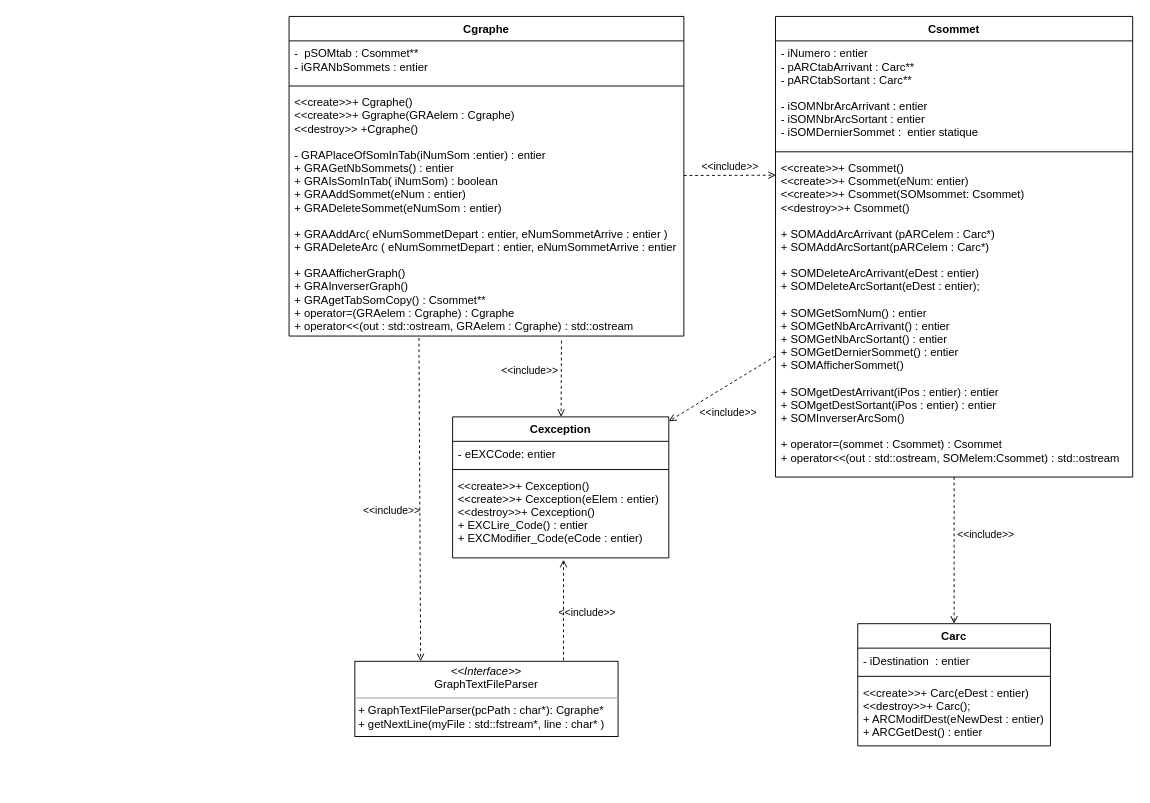
Above: ClassDiagram.drawio in Banalian/ProjetTutCppGraphs (draw.io), before the change. Source tidied: cells renumbered, new cells numbered last; positions are measured from the earlier drawing's top-left corner, leaving out a move shared by most shapes. Both pictures are drawn from the tidied source at 94%, with x=0, y=0 at pixel (289, 16).
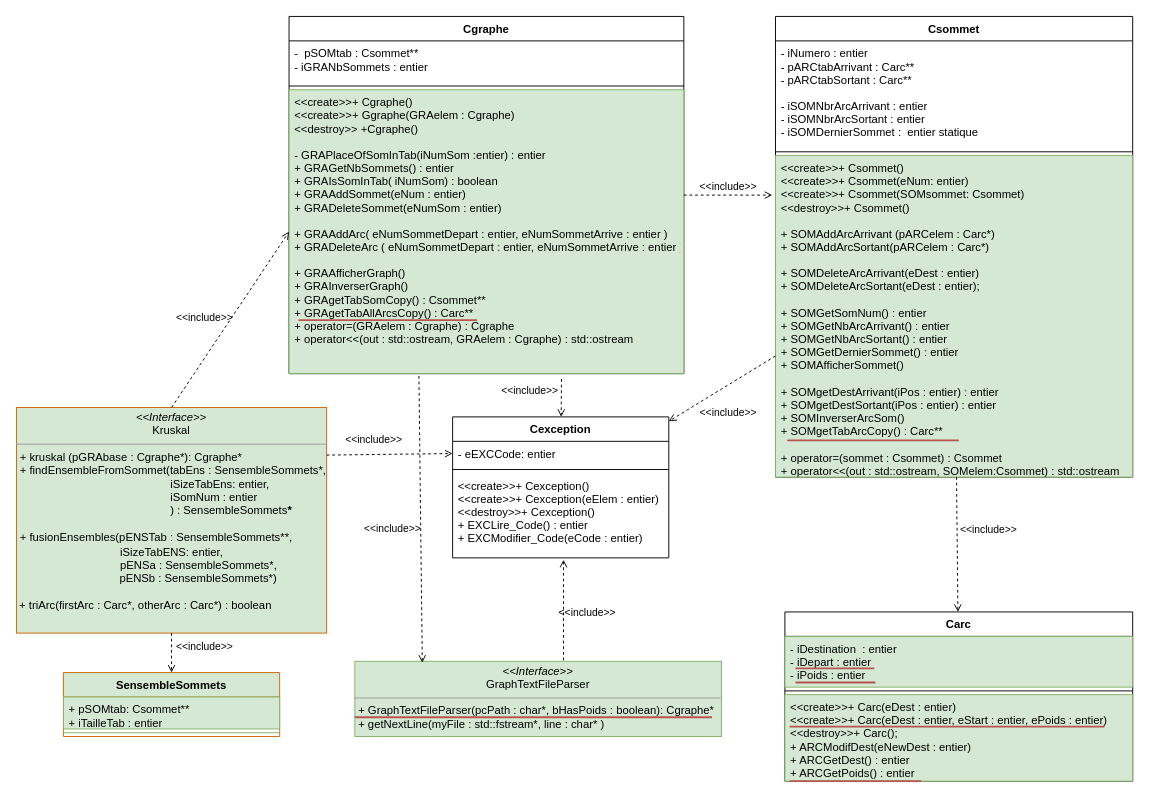
Above is the later version.

Unchanged cells that the change refers to:
```xml
<mxCell id="6" value="Csommet" style="swimlane;fontStyle=1;align=center;verticalAlign=top;horizontal=1;startSize=26;" parent="1" vertex="1">
  <mxGeometry x="517.5" width="380" height="490" as="geometry" />
</mxCell>
<mxCell id="15" value="- eEXCCode: entier" style="text;strokeColor=none;fillColor=none;align=left;verticalAlign=top;spacingLeft=4;spacingRight=4;overflow=hidden;points=[[0,0.5],[1,0.5]];portConstraint=eastwest;" parent="14" vertex="1">
  <mxGeometry y="26" width="230" height="26" as="geometry" />
</mxCell>
```

The edit, as a diff of the source:
```diff
@@
     <mxCell id="2" value="Cgraphe" style="swimlane;fontStyle=1;align=center;verticalAlign=top;horizontal=1;startSize=26;" parent="1" vertex="1">
-      <mxGeometry width="420" height="340" as="geometry" />
+      <mxGeometry width="420" height="380" as="geometry" />
     </mxCell>
@@
-    <mxCell id="5" value="&lt;&lt;create&gt;&gt;+ Cgraphe()&#10;&lt;&lt;create&gt;&gt;+ Ggraphe(GRAelem : Cgraphe)&#10;&lt;&lt;destroy&gt;&gt; +Cgraphe()&#10;&#10;- GRAPlaceOfSomInTab(iNumSom :entier) : entier&#10;+ GRAGetNbSommets() : entier&#10;+ GRAIsSomInTab( iNumSom) : boolean&#10;+ GRAAddSommet(eNum : entier)&#10;+ GRADeleteSommet(eNumSom : entier)&#10;&#10;+ GRAAddArc( eNumSommetDepart : entier, eNumSommetArrive : entier )&#10;+ GRADeleteArc ( eNumSommetDepart : entier, eNumSommetArrive : entier )&#10;&#10;+ GRAAfficherGraph()&#10;+ GRAInverserGraph()&#10;+ GRAgetTabSomCopy() : Csommet**&#10;+ operator=(GRAelem : Cgraphe) : Cgraphe&#10;+ operator&lt;&lt;(out : std::ostream, GRAelem : Cgraphe) : std::ostream" style="text;strokeColor=none;fillColor=none;align=left;verticalAlign=top;spacingLeft=4;spacingRight=4;overflow=hidden;points=[[0,0.5],[1,0.5]];portConstraint=eastwest;" parent="2" vertex="1">
-      <mxGeometry y="78" width="420" height="262" as="geometry" />
+    <mxCell id="5" value="&lt;&lt;create&gt;&gt;+ Cgraphe()&#10;&lt;&lt;create&gt;&gt;+ Ggraphe(GRAelem : Cgraphe)&#10;&lt;&lt;destroy&gt;&gt; +Cgraphe()&#10;&#10;- GRAPlaceOfSomInTab(iNumSom :entier) : entier&#10;+ GRAGetNbSommets() : entier&#10;+ GRAIsSomInTab( iNumSom) : boolean&#10;+ GRAAddSommet(eNum : entier)&#10;+ GRADeleteSommet(eNumSom : entier)&#10;&#10;+ GRAAddArc( eNumSommetDepart : entier, eNumSommetArrive : entier )&#10;+ GRADeleteArc ( eNumSommetDepart : entier, eNumSommetArrive : entier )&#10;&#10;+ GRAAfficherGraph()&#10;+ GRAInverserGraph()&#10;+ GRAgetTabSomCopy() : Csommet**&#10;+ GRAgetTabAllArcsCopy() : Carc**&#10;+ operator=(GRAelem : Cgraphe) : Cgraphe&#10;+ operator&lt;&lt;(out : std::ostream, GRAelem : Cgraphe) : std::ostream" style="text;strokeColor=#82b366;fillColor=#d5e8d4;align=left;verticalAlign=top;spacingLeft=4;spacingRight=4;overflow=hidden;points=[[0,0.5],[1,0.5]];portConstraint=eastwest;" parent="2" vertex="1">
+      <mxGeometry y="78" width="420" height="302" as="geometry" />
     </mxCell>
@@
-    <mxCell id="9" value="&lt;&lt;create&gt;&gt;+ Csommet()&#10;&lt;&lt;create&gt;&gt;+ Csommet(eNum: entier)&#10;&lt;&lt;create&gt;&gt;+ Csommet(SOMsommet: Csommet)&#10;&lt;&lt;destroy&gt;&gt;+ Csommet()&#10;&#10;+ SOMAddArcArrivant (pARCelem : Carc*)&#10;+ SOMAddArcSortant(pARCelem : Carc*)&#10;&#10;+ SOMDeleteArcArrivant(eDest : entier)&#10;+ SOMDeleteArcSortant(eDest : entier);&#10;&#10;+ SOMGetSomNum() : entier&#10;+ SOMGetNbArcArrivant() : entier&#10;+ SOMGetNbArcSortant() : entier&#10;+ SOMGetDernierSommet() : entier&#10;+ SOMAfficherSommet()&#10;&#10;+ SOMgetDestArrivant(iPos : entier) : entier&#10;+ SOMgetDestSortant(iPos : entier) : entier&#10;+ SOMInverserArcSom()&#10;&#10;+ operator=(sommet : Csommet) : Csommet&#10;+ operator&lt;&lt;(out : std::ostream, SOMelem:Csommet) : std::ostream" style="text;strokeColor=none;fillColor=none;align=left;verticalAlign=top;spacingLeft=4;spacingRight=4;overflow=hidden;points=[[0,0.5],[1,0.5]];portConstraint=eastwest;" parent="6" vertex="1">
+    <mxCell id="9" value="&lt;&lt;create&gt;&gt;+ Csommet()&#10;&lt;&lt;create&gt;&gt;+ Csommet(eNum: entier)&#10;&lt;&lt;create&gt;&gt;+ Csommet(SOMsommet: Csommet)&#10;&lt;&lt;destroy&gt;&gt;+ Csommet()&#10;&#10;+ SOMAddArcArrivant (pARCelem : Carc*)&#10;+ SOMAddArcSortant(pARCelem : Carc*)&#10;&#10;+ SOMDeleteArcArrivant(eDest : entier)&#10;+ SOMDeleteArcSortant(eDest : entier);&#10;&#10;+ SOMGetSomNum() : entier&#10;+ SOMGetNbArcArrivant() : entier&#10;+ SOMGetNbArcSortant() : entier&#10;+ SOMGetDernierSommet() : entier&#10;+ SOMAfficherSommet()&#10;&#10;+ SOMgetDestArrivant(iPos : entier) : entier&#10;+ SOMgetDestSortant(iPos : entier) : entier&#10;+ SOMInverserArcSom()&#10;+ SOMgetTabArcCopy() : Carc**&#10;&#10;+ operator=(sommet : Csommet) : Csommet&#10;+ operator&lt;&lt;(out : std::ostream, SOMelem:Csommet) : std::ostream" style="text;strokeColor=#82b366;fillColor=#d5e8d4;align=left;verticalAlign=top;spacingLeft=4;spacingRight=4;overflow=hidden;points=[[0,0.5],[1,0.5]];portConstraint=eastwest;" parent="6" vertex="1">
       <mxGeometry y="148" width="380" height="342" as="geometry" />
     </mxCell>
     <mxCell id="10" value="Carc" style="swimlane;fontStyle=1;align=center;verticalAlign=top;horizontal=1;startSize=26;" parent="1" vertex="1">
-      <mxGeometry x="605" y="646" width="205" height="130" as="geometry" />
+      <mxGeometry x="527.5" y="633.5" width="370" height="180" as="geometry" />
     </mxCell>
-    <mxCell id="11" value="- iDestination  : entier" style="text;strokeColor=none;fillColor=none;align=left;verticalAlign=top;spacingLeft=4;spacingRight=4;overflow=hidden;" parent="10" vertex="1">
-      <mxGeometry y="26" width="205" height="26" as="geometry" />
+    <mxCell id="11" value="- iDestination  : entier&#10;- iDepart : entier&#10;- iPoids : entier" style="text;strokeColor=#82b366;fillColor=#d5e8d4;align=left;verticalAlign=top;spacingLeft=4;spacingRight=4;overflow=hidden;" parent="10" vertex="1">
+      <mxGeometry y="26" width="370" height="54" as="geometry" />
     </mxCell>
     <mxCell id="12" style="line;strokeWidth=1;fillColor=none;align=left;verticalAlign=middle;spacingTop=-1;spacingLeft=3;spacingRight=3;labelPosition=right;" parent="10" vertex="1">
-      <mxGeometry y="52" width="205" height="8" as="geometry" />
+      <mxGeometry y="80" width="370" height="8" as="geometry" />
     </mxCell>
-    <mxCell id="13" value="&lt;&lt;create&gt;&gt;+ Carc(eDest : entier)&#10;&lt;&lt;destroy&gt;&gt;+ Carc();&#10;+ ARCModifDest(eNewDest : entier)&#10;+ ARCGetDest() : entier" style="text;strokeColor=none;fillColor=none;align=left;verticalAlign=top;spacingLeft=4;spacingRight=4;overflow=hidden;" parent="10" vertex="1">
-      <mxGeometry y="60" width="205" height="70" as="geometry" />
+    <mxCell id="13" value="&lt;&lt;create&gt;&gt;+ Carc(eDest : entier)&#10;&lt;&lt;create&gt;&gt;+ Carc(eDest : entier, eStart : entier, ePoids : entier)&#10;&lt;&lt;destroy&gt;&gt;+ Carc();&#10;+ ARCModifDest(eNewDest : entier)&#10;+ ARCGetDest() : entier&#10;+ ARCGetPoids() : entier" style="text;strokeColor=#82b366;fillColor=#d5e8d4;align=left;verticalAlign=top;spacingLeft=4;spacingRight=4;overflow=hidden;" parent="10" vertex="1">
+      <mxGeometry y="88" width="370" height="92" as="geometry" />
     </mxCell>
@@
-    <mxCell id="20" value="&amp;lt;&amp;lt;include&amp;gt;&amp;gt;" style="html=1;verticalAlign=bottom;labelBackgroundColor=none;endArrow=open;endFill=0;dashed=1;entryX=0.001;entryY=0.061;entryDx=0;entryDy=0;entryPerimeter=0;" parent="1" edge="1" source="2" target="9">
+    <mxCell id="20" value="&amp;lt;&amp;lt;include&amp;gt;&amp;gt;" style="html=1;verticalAlign=bottom;labelBackgroundColor=none;endArrow=open;endFill=0;dashed=1;entryX=-0.009;entryY=0.123;entryDx=0;entryDy=0;entryPerimeter=0;" parent="1" edge="1" source="2" target="9">
       <mxGeometry relative="1" as="geometry" />
     </mxCell>
@@
-    <mxCell id="22" value="&lt;p style=&quot;margin: 0px ; margin-top: 4px ; text-align: center&quot;&gt;&lt;i&gt;&amp;lt;&amp;lt;Interface&amp;gt;&amp;gt;&lt;/i&gt;&lt;br&gt;&lt;span style=&quot;text-align: left&quot;&gt;GraphTextFileParser&lt;/span&gt;&lt;br&gt;&lt;/p&gt;&lt;hr size=&quot;1&quot;&gt;&lt;p style=&quot;margin: 0px ; margin-left: 4px&quot;&gt;+ GraphTextFileParser(pcPath : char*): Cgraphe*&lt;br&gt;&lt;/p&gt;&lt;p style=&quot;margin: 0px ; margin-left: 4px&quot;&gt;+ getNextLine(myFile : std::fstream*, line : char* )&lt;/p&gt;" style="verticalAlign=top;align=left;overflow=fill;fontSize=12;fontFamily=Helvetica;html=1;" parent="1" vertex="1">
-      <mxGeometry x="70" y="686" width="280" height="80" as="geometry" />
+    <mxCell id="22" value="&lt;p style=&quot;margin: 0px ; margin-top: 4px ; text-align: center&quot;&gt;&lt;i&gt;&amp;lt;&amp;lt;Interface&amp;gt;&amp;gt;&lt;/i&gt;&lt;br&gt;&lt;span style=&quot;text-align: left&quot;&gt;GraphTextFileParser&lt;/span&gt;&lt;br&gt;&lt;/p&gt;&lt;hr size=&quot;1&quot;&gt;&lt;p style=&quot;margin: 0px ; margin-left: 4px&quot;&gt;+ GraphTextFileParser(pcPath : char*, bHasPoids : boolean): Cgraphe*&lt;br&gt;&lt;/p&gt;&lt;p style=&quot;margin: 0px ; margin-left: 4px&quot;&gt;+ getNextLine(myFile : std::fstream*, line : char* )&lt;/p&gt;" style="verticalAlign=top;align=left;overflow=fill;fontSize=12;fontFamily=Helvetica;html=1;fillColor=#d5e8d4;strokeColor=#82b366;" parent="1" vertex="1">
+      <mxGeometry x="70" y="686" width="390" height="80" as="geometry" />
     </mxCell>
-    <mxCell id="23" value="&amp;lt;&amp;lt;include&amp;gt;&amp;gt;" style="html=1;verticalAlign=bottom;labelBackgroundColor=none;endArrow=open;endFill=0;dashed=1;exitX=0.329;exitY=1.008;exitDx=0;exitDy=0;exitPerimeter=0;entryX=0.25;entryY=0;entryDx=0;entryDy=0;" parent="1" edge="1" source="5" target="22">
+    <mxCell id="23" value="&amp;lt;&amp;lt;include&amp;gt;&amp;gt;" style="html=1;verticalAlign=bottom;labelBackgroundColor=none;endArrow=open;endFill=0;dashed=1;exitX=0.329;exitY=1.008;exitDx=0;exitDy=0;exitPerimeter=0;entryX=0.184;entryY=0.019;entryDx=0;entryDy=0;entryPerimeter=0;" parent="1" edge="1" source="5" target="22">
       <mxGeometry x="0.12" y="-30" relative="1" as="geometry" />
     </mxCell>
@@
+    <mxCell id="25" value="&lt;p style=&quot;margin: 4px 0px 0px ; text-align: center&quot;&gt;&lt;i&gt;&amp;lt;&amp;lt;Interface&amp;gt;&amp;gt;&lt;/i&gt;&lt;br&gt;&lt;span style=&quot;text-align: left&quot;&gt;Kruskal&lt;/span&gt;&lt;br&gt;&lt;/p&gt;&lt;hr size=&quot;1&quot;&gt;&lt;p style=&quot;margin: 0px ; margin-left: 4px&quot;&gt;+ kruskal (pGRAbase : Cgraphe*): Cgraphe*&lt;br&gt;&lt;/p&gt;&lt;p style=&quot;margin: 0px ; margin-left: 4px&quot;&gt;+ findEnsembleFromSommet(tabEns : SensembleSommets*,&lt;/p&gt;&lt;p style=&quot;margin: 0px ; margin-left: 4px&quot;&gt;&amp;nbsp; &amp;nbsp; &amp;nbsp; &amp;nbsp; &amp;nbsp; &amp;nbsp; &amp;nbsp; &amp;nbsp; &amp;nbsp; &amp;nbsp; &amp;nbsp; &amp;nbsp; &amp;nbsp; &amp;nbsp; &amp;nbsp; &amp;nbsp; &amp;nbsp; &amp;nbsp; &amp;nbsp; &amp;nbsp; &amp;nbsp; &amp;nbsp; &amp;nbsp; &amp;nbsp; iSizeTabEns: entier,&amp;nbsp;&lt;/p&gt;&lt;p style=&quot;margin: 0px ; margin-left: 4px&quot;&gt;&amp;nbsp; &amp;nbsp; &amp;nbsp; &amp;nbsp; &amp;nbsp; &amp;nbsp; &amp;nbsp; &amp;nbsp; &amp;nbsp; &amp;nbsp; &amp;nbsp; &amp;nbsp; &amp;nbsp; &amp;nbsp; &amp;nbsp; &amp;nbsp; &amp;nbsp; &amp;nbsp; &amp;nbsp; &amp;nbsp; &amp;nbsp; &amp;nbsp; &amp;nbsp; &amp;nbsp; iSomNum : entier&amp;nbsp;&lt;/p&gt;&lt;p style=&quot;margin: 0px ; margin-left: 4px&quot;&gt;&amp;nbsp; &amp;nbsp; &amp;nbsp; &amp;nbsp; &amp;nbsp; &amp;nbsp; &amp;nbsp; &amp;nbsp; &amp;nbsp; &amp;nbsp; &amp;nbsp; &amp;nbsp; &amp;nbsp; &amp;nbsp; &amp;nbsp; &amp;nbsp; &amp;nbsp; &amp;nbsp; &amp;nbsp; &amp;nbsp; &amp;nbsp; &amp;nbsp; &amp;nbsp; &amp;nbsp; ) :&amp;nbsp;SensembleSommets&lt;b&gt;*&lt;/b&gt;&lt;/p&gt;&lt;p style=&quot;margin: 0px ; margin-left: 4px&quot;&gt;&lt;b&gt;&lt;br&gt;&lt;/b&gt;&lt;/p&gt;&lt;p style=&quot;margin: 0px ; margin-left: 4px&quot;&gt;+ fusionEnsembles(pENSTab : SensembleSommets**,&amp;nbsp;&lt;/p&gt;&lt;p style=&quot;margin: 0px ; margin-left: 4px&quot;&gt;&amp;nbsp; &amp;nbsp; &amp;nbsp; &amp;nbsp; &amp;nbsp; &amp;nbsp; &amp;nbsp; &amp;nbsp; &amp;nbsp; &amp;nbsp; &amp;nbsp; &amp;nbsp; &amp;nbsp; &amp;nbsp; &amp;nbsp; &amp;nbsp; iSizeTabENS: entier,&amp;nbsp;&lt;/p&gt;&lt;p style=&quot;margin: 0px ; margin-left: 4px&quot;&gt;&amp;nbsp; &amp;nbsp; &amp;nbsp; &amp;nbsp; &amp;nbsp; &amp;nbsp; &amp;nbsp; &amp;nbsp; &amp;nbsp; &amp;nbsp; &amp;nbsp; &amp;nbsp; &amp;nbsp; &amp;nbsp; &amp;nbsp; &amp;nbsp; pENSa : SensembleSommets*,&amp;nbsp;&lt;/p&gt;&amp;nbsp; &amp;nbsp; &amp;nbsp; &amp;nbsp; &amp;nbsp; &amp;nbsp; &amp;nbsp; &amp;nbsp; &amp;nbsp; &amp;nbsp; &amp;nbsp; &amp;nbsp; &amp;nbsp; &amp;nbsp; &amp;nbsp; &amp;nbsp; &amp;nbsp;pENSb : SensembleSommets*)&lt;br&gt;&lt;br&gt;&amp;nbsp;+ triArc(firstArc : Carc*, otherArc : Carc*) : boolean" style="verticalAlign=top;align=left;overflow=fill;fontSize=12;fontFamily=Helvetica;html=1;fillColor=#d5e8d4;strokeColor=#CC6600;" parent="1" vertex="1">
+      <mxGeometry x="-290" y="416" width="330" height="240" as="geometry" />
+    </mxCell>
+    <mxCell id="26" style="line;strokeWidth=2;html=1;fillColor=#f8cecc;strokeColor=#b85450;" parent="1" vertex="1">
+      <mxGeometry x="530" y="446" width="182.5" height="10" as="geometry" />
+    </mxCell>
+    <mxCell id="27" style="line;strokeWidth=2;html=1;fillColor=#f8cecc;strokeColor=#b85450;" parent="1" vertex="1">
+      <mxGeometry x="538.8" y="688.5" width="83.8" height="10" as="geometry" />
+    </mxCell>
+    <mxCell id="28" style="line;strokeWidth=2;html=1;fillColor=#f8cecc;strokeColor=#b85450;" parent="1" vertex="1">
+      <mxGeometry x="538.8" y="703.5" width="85" height="10" as="geometry" />
+    </mxCell>
+    <mxCell id="29" style="line;strokeWidth=2;html=1;fillColor=#f8cecc;strokeColor=#b85450;" parent="1" vertex="1">
+      <mxGeometry x="532.5" y="808.5" width="140" height="10" as="geometry" />
+    </mxCell>
+    <mxCell id="30" style="line;strokeWidth=2;html=1;fillColor=#f8cecc;strokeColor=#b85450;" parent="1" vertex="1">
+      <mxGeometry x="532.5" y="750.5" width="335" height="10" as="geometry" />
+    </mxCell>
+    <mxCell id="31" style="line;strokeWidth=2;html=1;fillColor=#f8cecc;strokeColor=#b85450;" parent="1" vertex="1">
+      <mxGeometry x="10" y="318" width="190" height="10" as="geometry" />
+    </mxCell>
+    <mxCell id="32" value="&amp;lt;&amp;lt;include&amp;gt;&amp;gt;" style="html=1;verticalAlign=bottom;labelBackgroundColor=none;endArrow=open;endFill=0;dashed=1;exitX=0.5;exitY=0;exitDx=0;exitDy=0;entryX=0;entryY=0.5;entryDx=0;entryDy=0;" parent="1" edge="1" source="25" target="5">
+      <mxGeometry x="-0.19" y="19" relative="1" as="geometry" />
+    </mxCell>
+    <mxCell id="33" value="&amp;lt;&amp;lt;include&amp;gt;&amp;gt;" style="html=1;verticalAlign=bottom;labelBackgroundColor=none;endArrow=open;endFill=0;dashed=1;exitX=1;exitY=0.211;exitDx=0;exitDy=0;entryX=0;entryY=0.5;entryDx=0;entryDy=0;exitPerimeter=0;" parent="1" edge="1" source="25" target="15">
+      <mxGeometry x="-0.25" y="7" relative="1" as="geometry" />
+    </mxCell>
+    <mxCell id="34" value="SensembleSommets" style="swimlane;fontStyle=1;align=center;verticalAlign=top;horizontal=1;startSize=26;fillColor=#d5e8d4;strokeColor=#CC6600;" parent="1" vertex="1">
+      <mxGeometry x="-240" y="698" width="230" height="68" as="geometry" />
+    </mxCell>
+    <mxCell id="35" value="+ pSOMtab: Csommet**&#10;+ iTailleTab : entier" style="text;strokeColor=#82b366;fillColor=#d5e8d4;align=left;verticalAlign=top;spacingLeft=4;spacingRight=4;overflow=hidden;" parent="34" vertex="1">
+      <mxGeometry y="26" width="230" height="34" as="geometry" />
+    </mxCell>
+    <mxCell id="36" style="line;strokeWidth=1;fillColor=#d5e8d4;align=left;verticalAlign=middle;spacingTop=-1;spacingLeft=3;spacingRight=3;labelPosition=right;strokeColor=#82b366;" parent="34" vertex="1">
+      <mxGeometry y="60" width="230" height="8" as="geometry" />
+    </mxCell>
+    <mxCell id="37" value="&amp;lt;&amp;lt;include&amp;gt;&amp;gt;" style="html=1;verticalAlign=bottom;labelBackgroundColor=none;endArrow=open;endFill=0;dashed=1;exitX=0.5;exitY=1;exitDx=0;exitDy=0;entryX=0.5;entryY=0;entryDx=0;entryDy=0;" parent="1" edge="1" source="25" target="34">
+      <mxGeometry x="0.14" y="35" relative="1" as="geometry" />
+    </mxCell>
+    <mxCell id="38" style="line;strokeWidth=2;html=1;fillColor=#f8cecc;strokeColor=#b85450;" parent="1" vertex="1">
+      <mxGeometry x="70" y="740.5" width="380" height="10" as="geometry" />
+    </mxCell>
```
